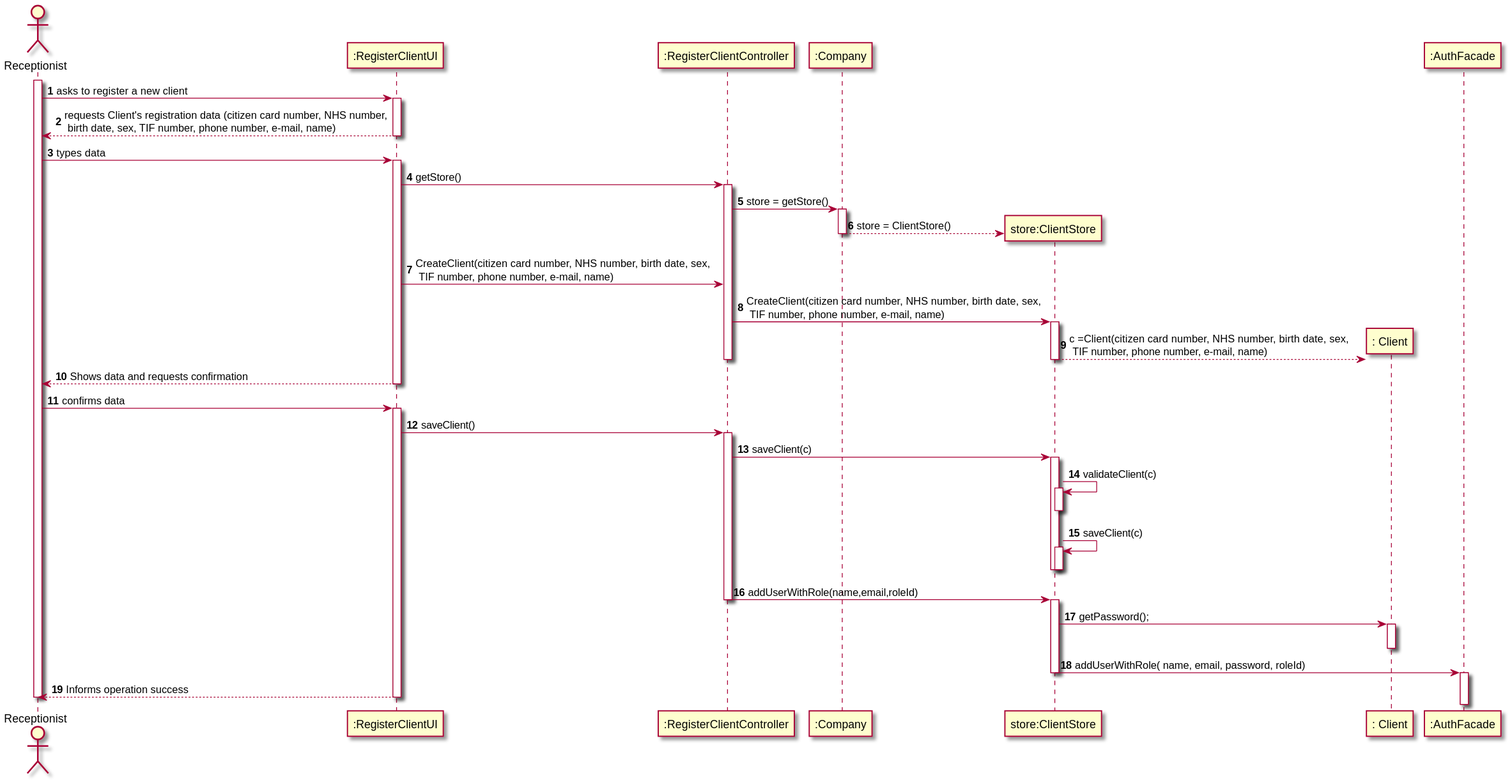
Above: docs/SprintB/US03/US3_SD.svg in MarianaCLages/LAPR2 (PlantUML), before the change.
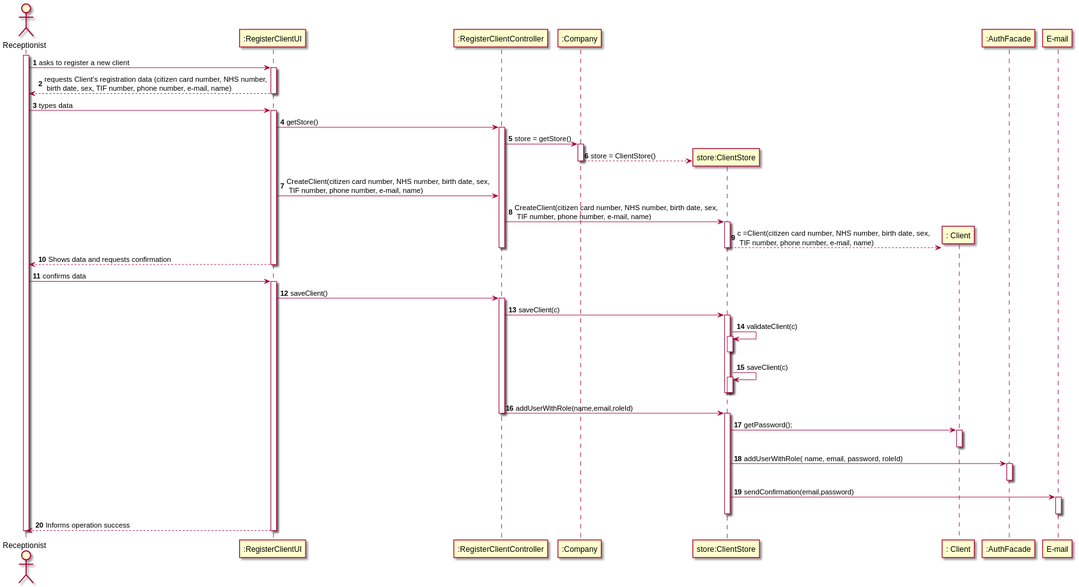
Later version of the same file.

What changed in the source:
```diff
@@ -8,6 +8,7 @@
 participant "store:ClientStore" as S
 participant ": Client" as C
 participant ":AuthFacade" as AUTH
+participant "E-mail" as mail
 
 activate R
 R -> UI: asks to register a new client
@@ -60,10 +61,14 @@
 deactivate C
 
 S -> AUTH :addUserWithRole( name, email, password, roleId)
+activate AUTH
+deactivate AUTH
+S -> mail : sendConfirmation(email,password)
+activate mail
+deactivate mail
 deactivate S
 
-activate AUTH
-deactivate AUTH
+
 
 
 UI --> R : Informs operation success
```
